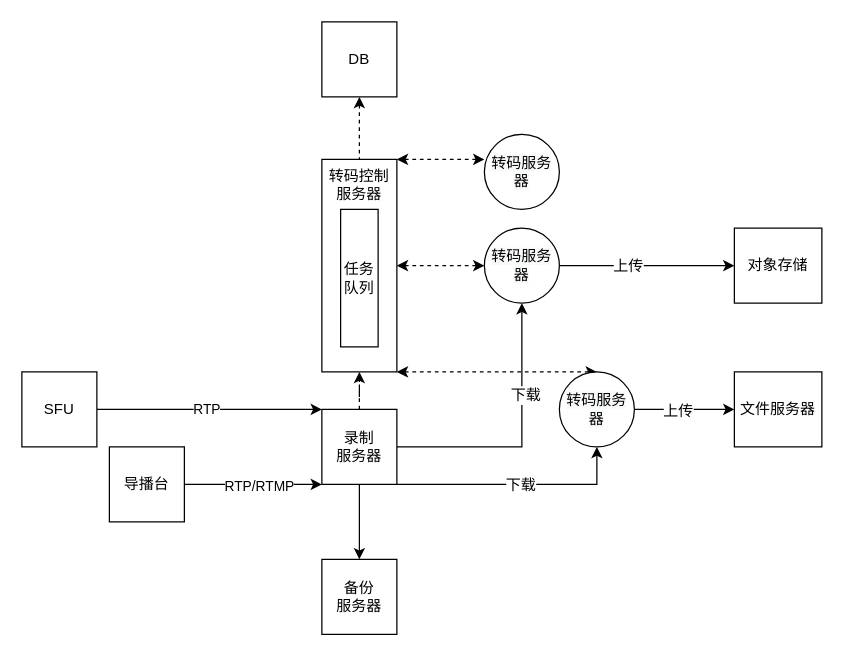
Earlier version of the draw.io diagram page "Page-10" (8 of 17) of Untitled Diagram.drawio (craterone/imgs). Source tidied: cells renumbered, new cells numbered last; positions are measured from the earlier drawing's top-left corner, leaving out a move shared by most shapes. Both pictures are drawn from the tidied source at 125%, with x=0, y=0 at pixel (21, 21).
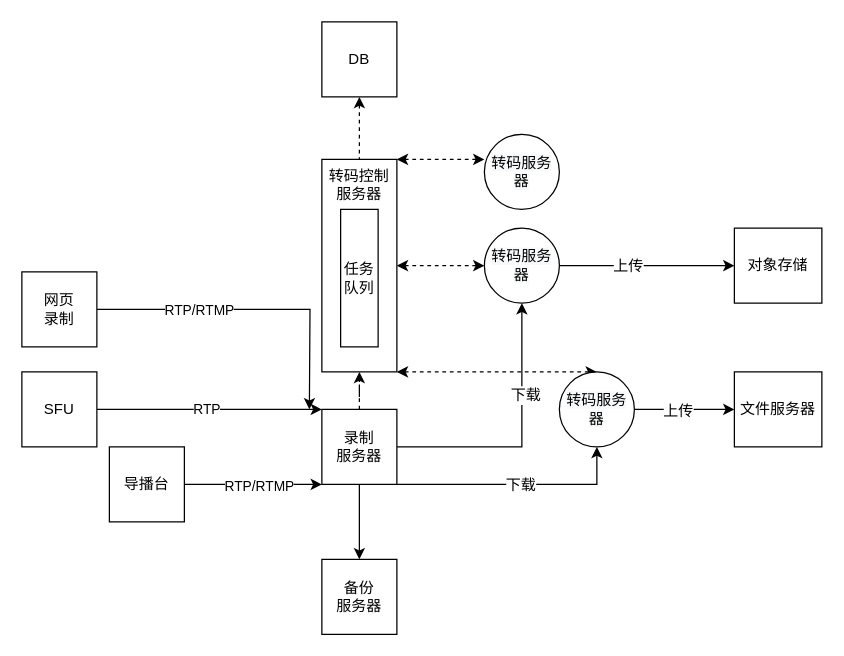
The same page after the edit.

Change to the diagram source:
```diff
@@
+    <mxCell id="32" style="edgeStyle=orthogonalEdgeStyle;rounded=0;jettySize=auto;html=1;" parent="1" edge="1" source="34">
+      <mxGeometry relative="1" as="geometry">
+        <mxPoint x="230" y="310" as="targetPoint" />
+      </mxGeometry>
+    </mxCell>
+    <mxCell id="33" value="RTP/RTMP" style="edgeLabel;html=1;align=center;verticalAlign=middle;" parent="32" vertex="1">
+      <mxGeometry x="-0.35" relative="1" as="geometry" />
+    </mxCell>
+    <mxCell id="34" value="网页&lt;br&gt;录制" style="rounded=0;whiteSpace=wrap;html=1;fontSize=12;align=center;" parent="1" vertex="1">
+      <mxGeometry y="200" width="60" height="60" as="geometry" />
+    </mxCell>
```
